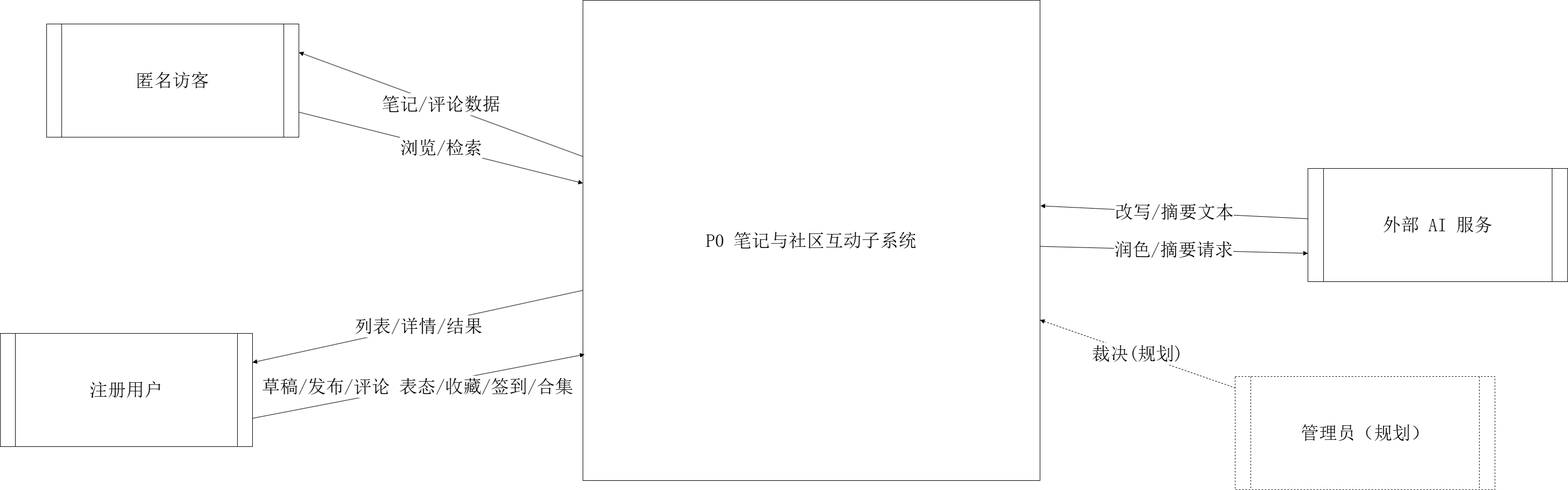
Before: docs/coursework/figures/T-ch4-fig2-dfd-top.drawio.png, a diagram exported from draw.io (XjuSelab/xju-feiyue). Source tidied: cells renumbered, new cells last; positions are measured from the earlier drawing's top-left corner, leaving out a move shared by most shapes. Its diagram source:
```xml
<mxGraphModel>
  <root>
    <mxCell id="0" />
    <mxCell id="1" parent="0" />
    <mxCell id="2" value="匿名访客" style="whiteSpace=wrap;html=1;fontFamily=SimSun;fontSize=34;fillColor=#ffffff;strokeColor=#000000;shape=process;size=0.06;" parent="1" vertex="1">
      <mxGeometry x="86" y="44" width="468" height="210" as="geometry" />
    </mxCell>
    <mxCell id="3" value="注册用户" style="whiteSpace=wrap;html=1;fontFamily=SimSun;fontSize=34;fillColor=#ffffff;strokeColor=#000000;shape=process;size=0.06;" parent="1" vertex="1">
      <mxGeometry y="618" width="468" height="210" as="geometry" />
    </mxCell>
    <mxCell id="4" value="外部 AI 服务" style="whiteSpace=wrap;html=1;fontFamily=SimSun;fontSize=34;fillColor=#ffffff;strokeColor=#000000;shape=process;size=0.06;" parent="1" vertex="1">
      <mxGeometry x="2426" y="312" width="482" height="210" as="geometry" />
    </mxCell>
    <mxCell id="5" value="管理员（规划）" style="whiteSpace=wrap;html=1;fontFamily=SimSun;fontSize=34;fillColor=#ffffff;strokeColor=#000000;dashed=1;shape=process;size=0.06;" parent="1" vertex="1">
      <mxGeometry x="2291" y="698" width="482" height="210" as="geometry" />
    </mxCell>
    <mxCell id="6" value="P0 笔记与社区互动子系统" style="whiteSpace=wrap;html=1;fontFamily=SimSun;fontSize=34;fillColor=#ffffff;strokeColor=#000000;ellipse=;" parent="1" vertex="1">
      <mxGeometry x="1081" width="848" height="891" as="geometry" />
    </mxCell>
    <mxCell id="7" value="草稿/发布/评论 表态/收藏/签到/合集" style="html=1;rounded=0;endArrow=block;endFill=1;strokeColor=#000000;fontFamily=SimSun;fontSize=34;fontColor=#000000;exitX=1;exitY=0.75;exitDx=0;exitDy=0;" parent="1" edge="1" source="3">
      <mxGeometry relative="1" as="geometry">
        <mxPoint x="1084" y="657" as="targetPoint" />
      </mxGeometry>
    </mxCell>
    <mxCell id="8" value="列表/详情/结果" style="html=1;rounded=0;endArrow=block;endFill=1;strokeColor=#000000;fontFamily=SimSun;fontSize=34;fontColor=#000000;" parent="1" edge="1" source="6" target="3">
      <mxGeometry relative="1" as="geometry" />
    </mxCell>
    <mxCell id="9" value="浏览/检索" style="html=1;rounded=0;endArrow=block;endFill=1;strokeColor=#000000;fontFamily=SimSun;fontSize=34;fontColor=#000000;" parent="1" edge="1" source="2" target="6">
      <mxGeometry relative="1" as="geometry" />
    </mxCell>
    <mxCell id="10" value="笔记/评论数据" style="html=1;rounded=0;endArrow=block;endFill=1;strokeColor=#000000;fontFamily=SimSun;fontSize=34;fontColor=#000000;entryX=1;entryY=0.25;entryDx=0;entryDy=0;" parent="1" edge="1" source="6" target="2">
      <mxGeometry relative="1" as="geometry" />
    </mxCell>
    <mxCell id="11" value="润色/摘要请求" style="html=1;rounded=0;endArrow=block;endFill=1;strokeColor=#000000;fontFamily=SimSun;fontSize=34;fontColor=#000000;entryX=0;entryY=0.75;entryDx=0;entryDy=0;" parent="1" edge="1" source="6" target="4">
      <mxGeometry relative="1" as="geometry" />
    </mxCell>
    <mxCell id="12" value="改写/摘要文本" style="html=1;rounded=0;endArrow=block;endFill=1;strokeColor=#000000;fontFamily=SimSun;fontSize=34;fontColor=#000000;entryX=1.001;entryY=0.428;entryDx=0;entryDy=0;entryPerimeter=0;" parent="1" edge="1" source="4" target="6">
      <mxGeometry relative="1" as="geometry" />
    </mxCell>
    <mxCell id="13" value="裁决(规划)" style="html=1;rounded=0;endArrow=block;endFill=1;strokeColor=#000000;fontFamily=SimSun;fontSize=34;fontColor=#000000;dashed=1;" parent="1" edge="1" source="5" target="6">
      <mxGeometry relative="1" as="geometry" />
    </mxCell>
  </root>
</mxGraphModel>
```
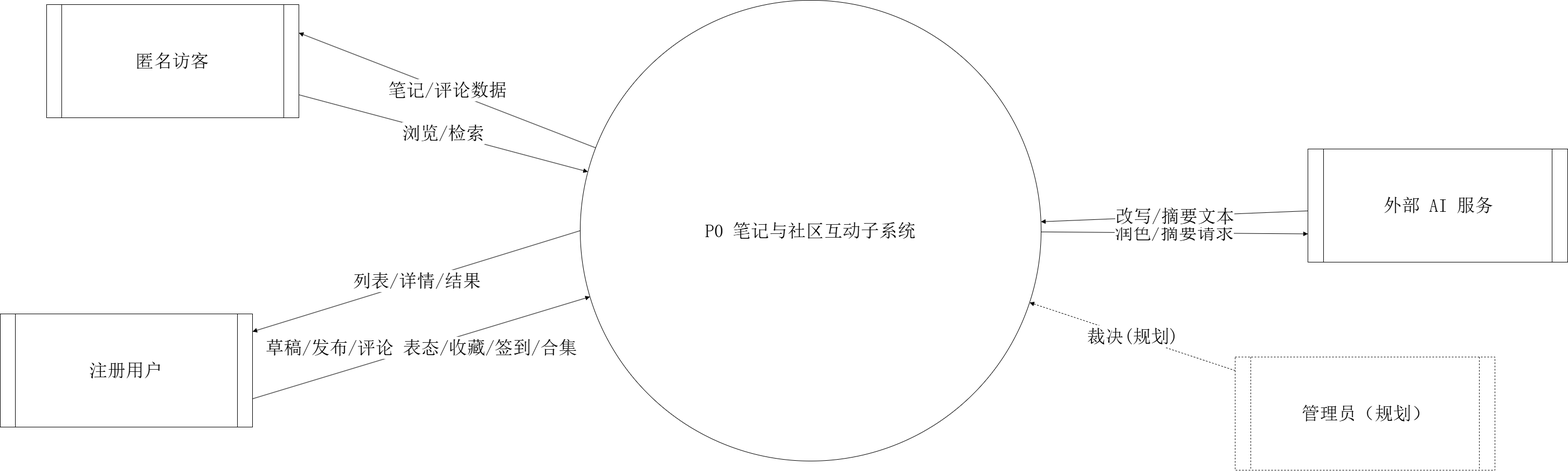
After the change.

The edit, as a diff of the source:
```diff
@@ -14,15 +14,10 @@
     <mxCell id="5" value="管理员（规划）" style="whiteSpace=wrap;html=1;fontFamily=SimSun;fontSize=34;fillColor=#ffffff;strokeColor=#000000;dashed=1;shape=process;size=0.06;" parent="1" vertex="1">
       <mxGeometry x="2291" y="698" width="482" height="210" as="geometry" />
     </mxCell>
-    <mxCell id="6" value="P0 笔记与社区互动子系统" style="whiteSpace=wrap;html=1;fontFamily=SimSun;fontSize=34;fillColor=#ffffff;strokeColor=#000000;ellipse=;" parent="1" vertex="1">
-      <mxGeometry x="1081" width="848" height="891" as="geometry" />
-    </mxCell>
-    <mxCell id="7" value="草稿/发布/评论 表态/收藏/签到/合集" style="html=1;rounded=0;endArrow=block;endFill=1;strokeColor=#000000;fontFamily=SimSun;fontSize=34;fontColor=#000000;exitX=1;exitY=0.75;exitDx=0;exitDy=0;" parent="1" edge="1" source="3">
-      <mxGeometry relative="1" as="geometry">
-        <mxPoint x="1084" y="657" as="targetPoint" />
-      </mxGeometry>
+    <mxCell id="7" value="草稿/发布/评论 表态/收藏/签到/合集" style="html=1;rounded=0;endArrow=block;endFill=1;strokeColor=#000000;fontFamily=SimSun;fontSize=34;fontColor=#000000;exitX=1;exitY=0.75;exitDx=0;exitDy=0;" parent="1" edge="1" source="3" target="6">
+      <mxGeometry relative="1" as="geometry" />
     </mxCell>
-    <mxCell id="8" value="列表/详情/结果" style="html=1;rounded=0;endArrow=block;endFill=1;strokeColor=#000000;fontFamily=SimSun;fontSize=34;fontColor=#000000;" parent="1" edge="1" source="6" target="3">
+    <mxCell id="8" value="列表/详情/结果" style="html=1;rounded=0;endArrow=block;endFill=1;strokeColor=#000000;fontFamily=SimSun;fontSize=34;fontColor=#000000;exitX=0;exitY=0.5;exitDx=0;exitDy=0;" parent="1" edge="1" source="6" target="3">
       <mxGeometry relative="1" as="geometry" />
     </mxCell>
     <mxCell id="9" value="浏览/检索" style="html=1;rounded=0;endArrow=block;endFill=1;strokeColor=#000000;fontFamily=SimSun;fontSize=34;fontColor=#000000;" parent="1" edge="1" source="2" target="6">
@@ -34,11 +29,14 @@
     <mxCell id="11" value="润色/摘要请求" style="html=1;rounded=0;endArrow=block;endFill=1;strokeColor=#000000;fontFamily=SimSun;fontSize=34;fontColor=#000000;entryX=0;entryY=0.75;entryDx=0;entryDy=0;" parent="1" edge="1" source="6" target="4">
       <mxGeometry relative="1" as="geometry" />
     </mxCell>
-    <mxCell id="12" value="改写/摘要文本" style="html=1;rounded=0;endArrow=block;endFill=1;strokeColor=#000000;fontFamily=SimSun;fontSize=34;fontColor=#000000;entryX=1.001;entryY=0.428;entryDx=0;entryDy=0;entryPerimeter=0;" parent="1" edge="1" source="4" target="6">
+    <mxCell id="12" value="改写/摘要文本" style="html=1;rounded=0;endArrow=block;endFill=1;strokeColor=#000000;fontFamily=SimSun;fontSize=34;fontColor=#000000;" parent="1" edge="1" source="4" target="6">
       <mxGeometry relative="1" as="geometry" />
     </mxCell>
     <mxCell id="13" value="裁决(规划)" style="html=1;rounded=0;endArrow=block;endFill=1;strokeColor=#000000;fontFamily=SimSun;fontSize=34;fontColor=#000000;dashed=1;" parent="1" edge="1" source="5" target="6">
       <mxGeometry relative="1" as="geometry" />
     </mxCell>
+    <mxCell id="6" value="&lt;span style=&quot;font-family: SimSun; font-size: 34px;&quot;&gt;P0 笔记与社区互动子系统&lt;/span&gt;" style="ellipse;whiteSpace=wrap;html=1;" parent="1" vertex="1">
+      <mxGeometry x="1076" y="36" width="855" height="855" as="geometry" />
+    </mxCell>
   </root>
 </mxGraphModel>
```
